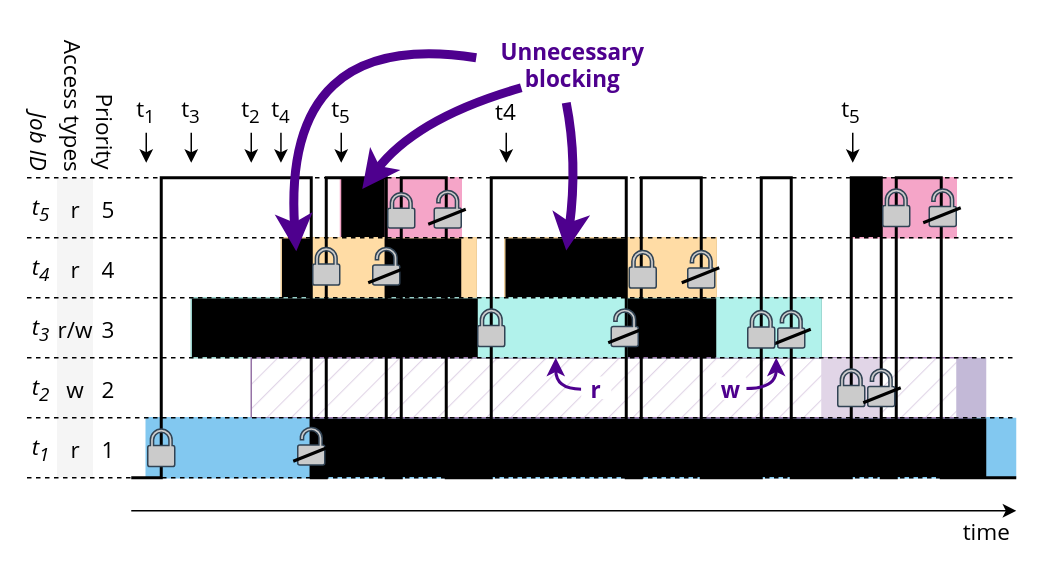
Before: assets/system-mutex.drawio in perlindgren/rw-rtic, a draw.io diagram. Source tidied: cells renumbered, new cells numbered last; positions are measured from the earlier drawing's top-left corner, leaving out a move shared by most shapes. Both pictures are drawn from the tidied source at 150%, with x=0, y=0 at pixel (-15, 24).
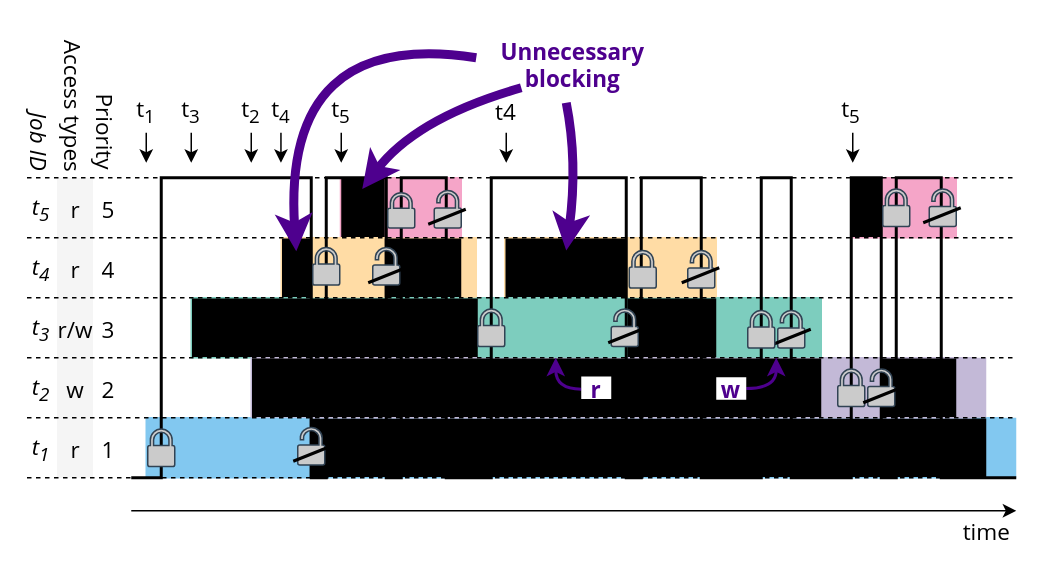
The same diagram, later.

Diff of the diagram source:
```diff
@@
-    <mxCell id="10" style="rounded=0;whiteSpace=wrap;html=1;fillColor=light-dark(#EDCD99,#EDCD99);strokeColor=#EDCD99;fillStyle=hatch;fontSize=15;fontFamily=Open Sans;" parent="1" vertex="1">
+    <mxCell id="10" style="rounded=0;whiteSpace=wrap;html=1;fillColor=light-dark(#FFDCA5,#EDCD99);strokeColor=#FFDCA5;fillStyle=hatch;fontSize=15;fontFamily=Open Sans;" parent="1" vertex="1">
       <mxGeometry x="346" y="142" width="141" height="40" as="geometry" />
     </mxCell>
-    <mxCell id="11" style="rounded=0;whiteSpace=wrap;html=1;fillColor=light-dark(#EDCD99,#EDCD99);strokeColor=#EDCD99;fillStyle=hatch;fontSize=15;fontFamily=Open Sans;" parent="1" vertex="1">
+    <mxCell id="11" style="rounded=0;whiteSpace=wrap;html=1;fillColor=light-dark(#FFDCA5,#EDCD99);strokeColor=#FFDCA5;fillStyle=hatch;fontSize=15;fontFamily=Open Sans;" parent="1" vertex="1">
       <mxGeometry x="197" y="142" width="130" height="40" as="geometry" />
     </mxCell>
-    <mxCell id="12" style="rounded=0;whiteSpace=wrap;html=1;fillColor=light-dark(#99D1CB,#99D1CB);strokeColor=#99D1CB;fillStyle=hatch;fontSize=15;fontFamily=Open Sans;" parent="1" vertex="1">
+    <mxCell id="12" style="rounded=0;whiteSpace=wrap;html=1;fillColor=light-dark(#7DCDBE,#7DCDBE);strokeColor=#7DCDBE;fillStyle=hatch;fontSize=15;fontFamily=Open Sans;" parent="1" vertex="1">
       <mxGeometry x="137" y="182" width="420" height="40" as="geometry" />
     </mxCell>
@@
-    <mxCell id="14" style="rounded=0;whiteSpace=wrap;html=1;fillColor=#e1d5e7;strokeColor=#9673a6;fillStyle=hatch;fontSize=15;fontFamily=Open Sans;" parent="1" vertex="1">
+    <mxCell id="14" style="rounded=0;whiteSpace=wrap;html=1;fillColor=light-dark(#C3B9D7,#392F3F);strokeColor=#C3B9D7;fillStyle=hatch;fontSize=15;fontFamily=Open Sans;" parent="1" vertex="1">
       <mxGeometry x="177" y="222" width="480" height="40" as="geometry" />
     </mxCell>
-    <mxCell id="15" style="rounded=0;whiteSpace=wrap;html=1;fillColor=light-dark(#c3b9d7, #392f3f);strokeColor=none;fontSize=15;fontFamily=Open Sans;" parent="1" vertex="1">
+    <mxCell id="15" style="rounded=0;whiteSpace=wrap;html=1;fillColor=light-dark(#C3B9D7,#392F3F);strokeColor=none;fontSize=15;fontFamily=Open Sans;" parent="1" vertex="1">
       <mxGeometry x="647" y="222" width="20" height="40" as="geometry" />
     </mxCell>
-    <mxCell id="16" style="rounded=0;whiteSpace=wrap;html=1;fillColor=#e1d5e7;strokeColor=none;fontSize=15;fontFamily=Open Sans;" parent="1" vertex="1">
+    <mxCell id="16" style="rounded=0;whiteSpace=wrap;html=1;fillColor=light-dark(#C3B9D7,#392F3F);strokeColor=none;fontSize=15;fontFamily=Open Sans;" parent="1" vertex="1">
       <mxGeometry x="557" y="222" width="40" height="40" as="geometry" />
     </mxCell>
@@
-    <mxCell id="23" style="rounded=0;whiteSpace=wrap;html=1;fillColor=light-dark(#b1f2eb, #1f2f1e);strokeColor=none;fillStyle=solid;fontSize=15;fontFamily=Open Sans;" parent="1" vertex="1">
+    <mxCell id="23" style="rounded=0;whiteSpace=wrap;html=1;fillColor=light-dark(#7DCDBE,#1F2F1E);strokeColor=none;fillStyle=solid;fontSize=15;fontFamily=Open Sans;" parent="1" vertex="1">
       <mxGeometry x="328" y="182" width="100" height="40" as="geometry" />
     </mxCell>
-    <mxCell id="24" style="rounded=0;whiteSpace=wrap;html=1;fillColor=light-dark(#b1f2eb, #1f2f1e);strokeColor=none;fillStyle=solid;horizontal=1;verticalAlign=top;spacingTop=-18;fontSize=15;fontFamily=Open Sans;" parent="1" vertex="1">
+    <mxCell id="24" style="rounded=0;whiteSpace=wrap;html=1;fillColor=light-dark(#7DCDBE,#1F2F1E);strokeColor=none;fillStyle=solid;horizontal=1;verticalAlign=top;spacingTop=-18;fontSize=15;fontFamily=Open Sans;" parent="1" vertex="1">
       <mxGeometry x="487" y="182" width="70" height="40" as="geometry" />
     </mxCell>
```
